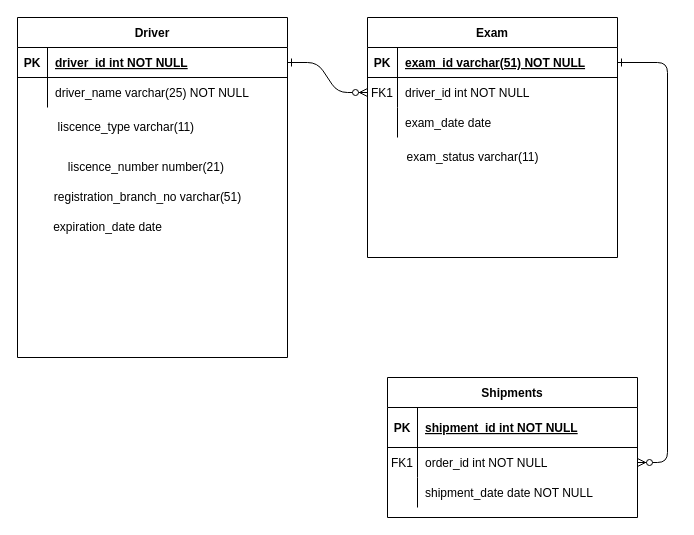
Before: Untitled Diagram.drawio in Pawananjani1A/ER_Diagrams, a draw.io diagram. Source tidied: cells renumbered, new cells numbered last; positions are measured from the earlier drawing's top-left corner, leaving out a move shared by most shapes. Both pictures are drawn from the tidied source at 100%, with x=0, y=0 at pixel (17, 17).
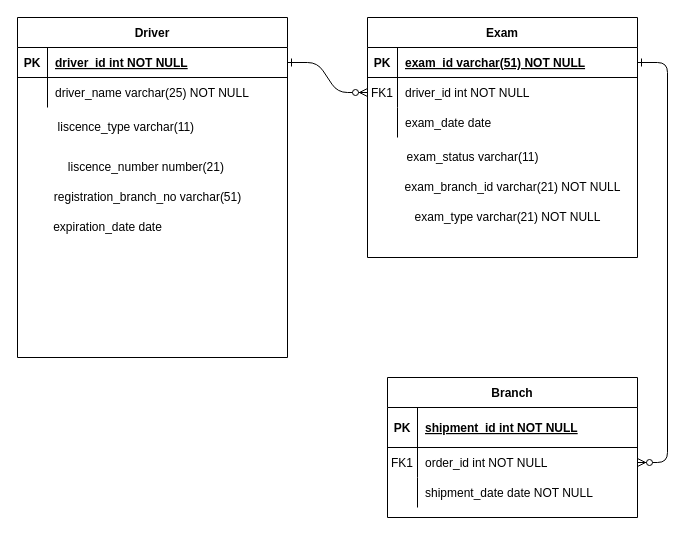
The same page after the edit.

What changed in the source:
```diff
@@
     <mxCell id="4" value="Exam" style="shape=table;startSize=30;childLayout=tableLayout;rowLines=0;fontStyle=1;align=center;" parent="1" vertex="1">
-      <mxGeometry x="350" width="250" height="240" as="geometry" />
+      <mxGeometry x="350" width="270" height="240" as="geometry" />
     </mxCell>
     <mxCell id="5" style="shape=partialRectangle;fillColor=none;points=[[0,0.5],[1,0.5]];portConstraint=eastwest;top=0;left=0;right=0;bottom=1;" parent="4" vertex="1">
-      <mxGeometry y="30" width="250" height="30" as="geometry" />
+      <mxGeometry y="30" width="270" height="30" as="geometry" />
     </mxCell>
@@
     <mxCell id="7" value="exam_id varchar(51) NOT NULL" style="shape=partialRectangle;overflow=hidden;fillColor=none;top=0;left=0;bottom=0;right=0;align=left;spacingLeft=6;fontStyle=5;" parent="5" vertex="1">
-      <mxGeometry x="30" width="220" height="30" as="geometry" />
+      <mxGeometry x="30" width="240" height="30" as="geometry" />
     </mxCell>
     <mxCell id="8" style="shape=partialRectangle;fillColor=none;points=[[0,0.5],[1,0.5]];portConstraint=eastwest;top=0;left=0;right=0;bottom=0;" parent="4" vertex="1">
-      <mxGeometry y="60" width="250" height="30" as="geometry" />
+      <mxGeometry y="60" width="270" height="30" as="geometry" />
     </mxCell>
@@
     <mxCell id="10" value="driver_id int NOT NULL" style="shape=partialRectangle;overflow=hidden;fillColor=none;top=0;left=0;bottom=0;right=0;align=left;spacingLeft=6;" parent="8" vertex="1">
-      <mxGeometry x="30" width="220" height="30" as="geometry" />
+      <mxGeometry x="30" width="240" height="30" as="geometry" />
     </mxCell>
     <mxCell id="11" style="shape=partialRectangle;fillColor=none;top=0;left=0;right=0;bottom=0;" parent="4" vertex="1">
-      <mxGeometry y="90" width="250" height="30" as="geometry" />
+      <mxGeometry y="90" width="270" height="30" as="geometry" />
     </mxCell>
@@
     <mxCell id="13" value="exam_date date " style="shape=partialRectangle;overflow=hidden;fillColor=none;top=0;left=0;bottom=0;right=0;align=left;spacingLeft=6;" parent="11" vertex="1">
-      <mxGeometry x="30" width="220" height="30" as="geometry" />
+      <mxGeometry x="30" width="240" height="30" as="geometry" />
     </mxCell>
-    <mxCell id="14" value="Shipments" style="shape=table;startSize=30;childLayout=tableLayout;rowLines=0;fontStyle=1;align=center;" parent="1" vertex="1">
+    <mxCell id="14" value="Branch" style="shape=table;startSize=30;childLayout=tableLayout;rowLines=0;fontStyle=1;align=center;" parent="1" vertex="1">
       <mxGeometry x="370" y="360" width="250" height="140" as="geometry" />
     </mxCell>
@@
+    <mxCell id="36" value="exam_branch_id varchar(21) NOT NULL" style="text;html=1;align=center;verticalAlign=middle;strokeColor=none;" parent="1" vertex="1">
+      <mxGeometry x="380" y="160" width="230" height="20" as="geometry" />
+    </mxCell>
+    <mxCell id="37" value="exam_type varchar(21) NOT NULL" style="text;html=1;align=center;verticalAlign=middle;strokeColor=none;" parent="1" vertex="1">
+      <mxGeometry x="390" y="190" width="200" height="20" as="geometry" />
+    </mxCell>
```
